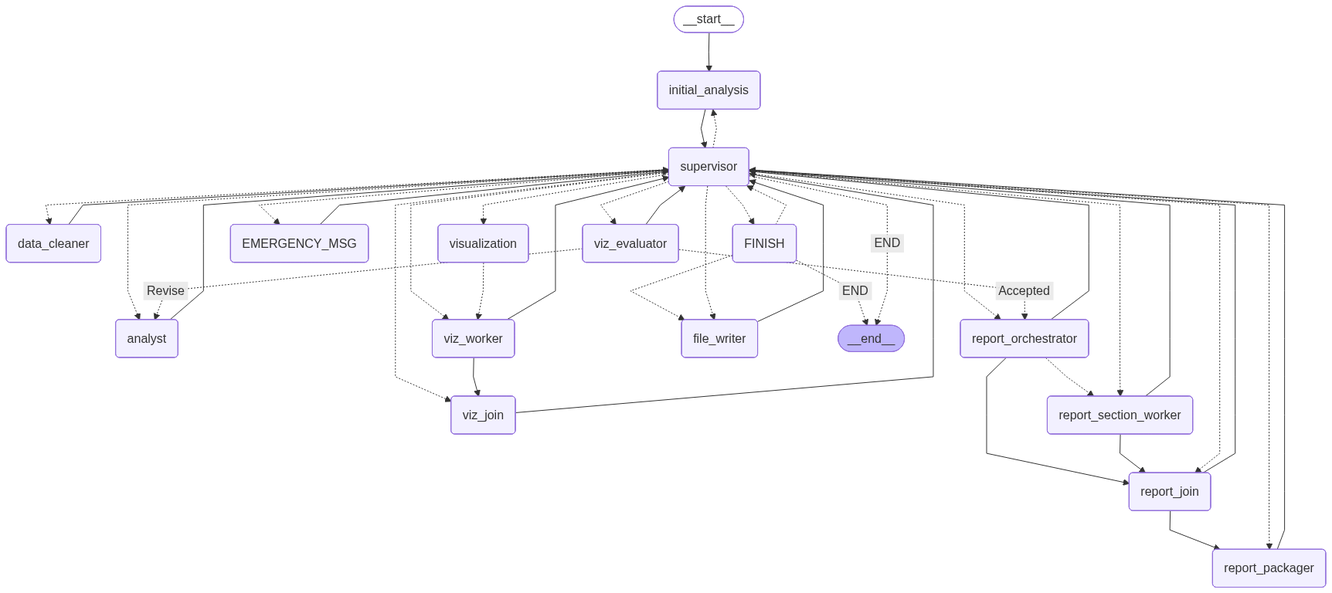
This is idd_v4_state_graph.png from dhar174/intelligent_data_detective, a Mermaid export, as it was before one commit. Its source is kept beside it as idd_v4_state_graph.mmd.
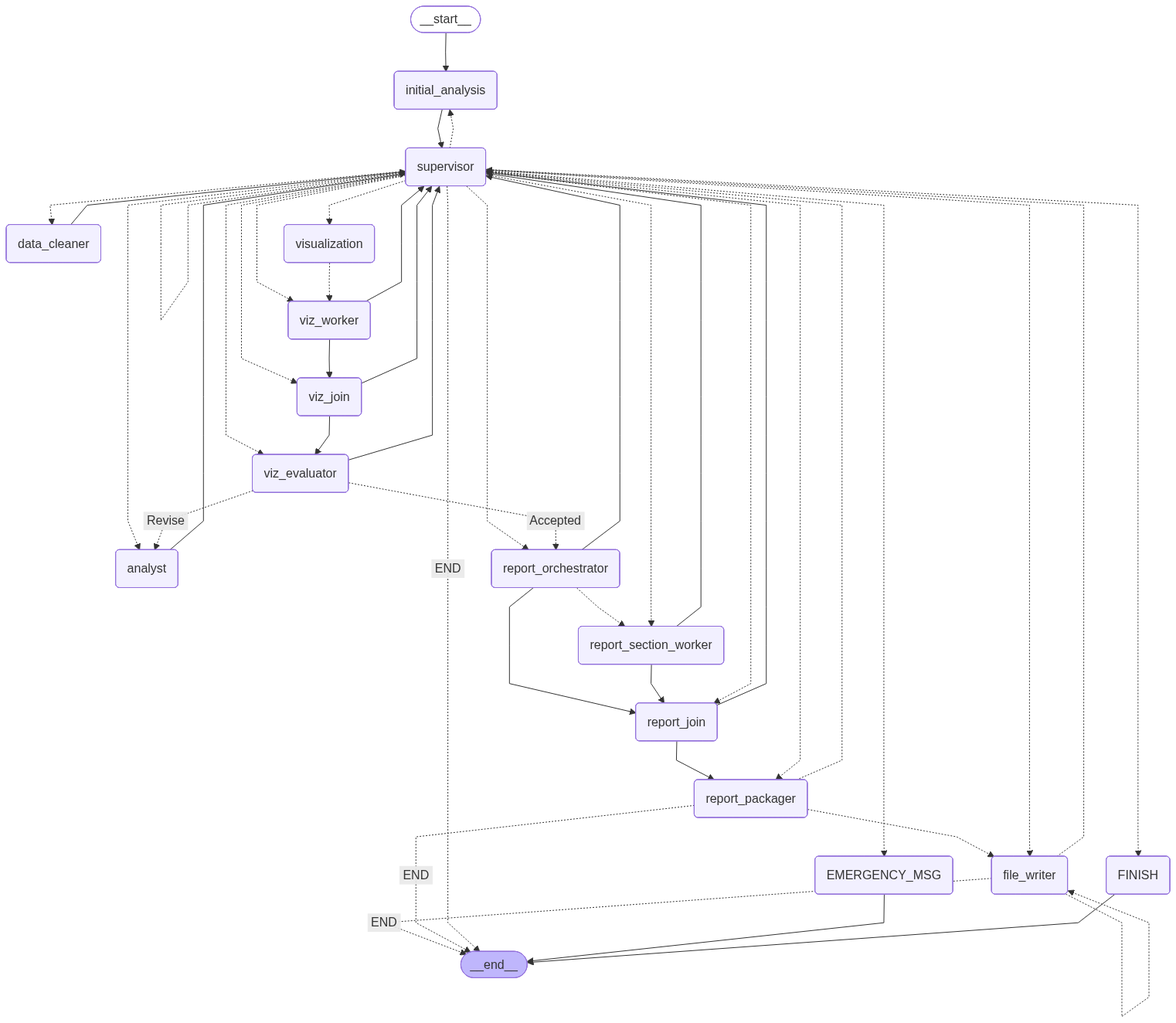
After the commit.

Commit message:
Update graph diagrams based on latest notebook changes

What changed in the source:
```diff
@@ -21,21 +21,20 @@
 	EMERGENCY_MSG(EMERGENCY_MSG)
 	FINISH(FINISH)
 	__end__([<p>__end__</p>]):::last
-	EMERGENCY_MSG --> supervisor;
-	FINISH -. &nbsp;END&nbsp; .-> __end__;
-	FINISH -.-> file_writer;
-	FINISH -.-> supervisor;
 	__start__ --> initial_analysis;
 	analyst --> supervisor;
 	data_cleaner --> supervisor;
-	file_writer --> supervisor;
+	file_writer -. &nbsp;END&nbsp; .-> __end__;
+	file_writer -.-> supervisor;
 	initial_analysis --> supervisor;
 	report_join --> report_packager;
 	report_join --> supervisor;
 	report_orchestrator --> report_join;
 	report_orchestrator -.-> report_section_worker;
 	report_orchestrator --> supervisor;
-	report_packager --> supervisor;
+	report_packager -. &nbsp;END&nbsp; .-> __end__;
+	report_packager -.-> file_writer;
+	report_packager -.-> supervisor;
 	report_section_worker --> report_join;
 	report_section_worker --> supervisor;
 	supervisor -.-> EMERGENCY_MSG;
@@ -58,8 +57,13 @@
 	viz_evaluator -. &nbsp;Accepted&nbsp; .-> report_orchestrator;
 	viz_evaluator --> supervisor;
 	viz_join --> supervisor;
+	viz_join --> viz_evaluator;
 	viz_worker --> supervisor;
 	viz_worker --> viz_join;
+	EMERGENCY_MSG --> __end__;
+	FINISH --> __end__;
+	file_writer -.-> file_writer;
+	supervisor -.-> supervisor;
 	classDef default fill:#f2f0ff,line-height:1.2
 	classDef first fill-opacity:0
 	classDef last fill:#bfb6fc
```
